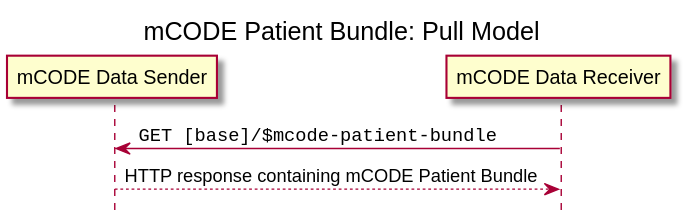
Before: input/images/mcode-patient-bundle-pull.svg, a diagram exported from PlantUML (HL7/fhir-mCODE-ig). Its diagram source:
```plantuml
@startuml
skinparam defaultFontName Arial

title mCODE Patient Bundle: Pull Model
hide footbox
participant "mCODE Data Sender" as Sender
participant "mCODE Data Receiver" as Receiver
"Receiver" -> "Sender" : ""GET [base]/$mcode-patient-bundle""
"Sender" --> "Receiver" : HTTP response containing mCODE Patient Bundle
@enduml
```
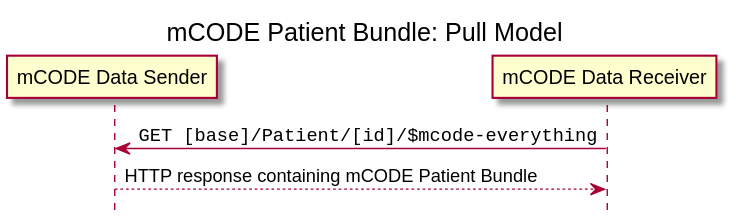
After the change.

Commit message:
Change endpoint for mCODE Patient Bundle fetching to better match [base]/Patient/[id]/$everything

Change to the diagram source:
```diff
@@ -5,6 +5,6 @@
 hide footbox
 participant "mCODE Data Sender" as Sender
 participant "mCODE Data Receiver" as Receiver
-"Receiver" -> "Sender" : ""GET [base]/$mcode-patient-bundle""
+"Receiver" -> "Sender" : ""GET [base]/Patient/[id]/$mcode-everything""
 "Sender" --> "Receiver" : HTTP response containing mCODE Patient Bundle
 @enduml
```
